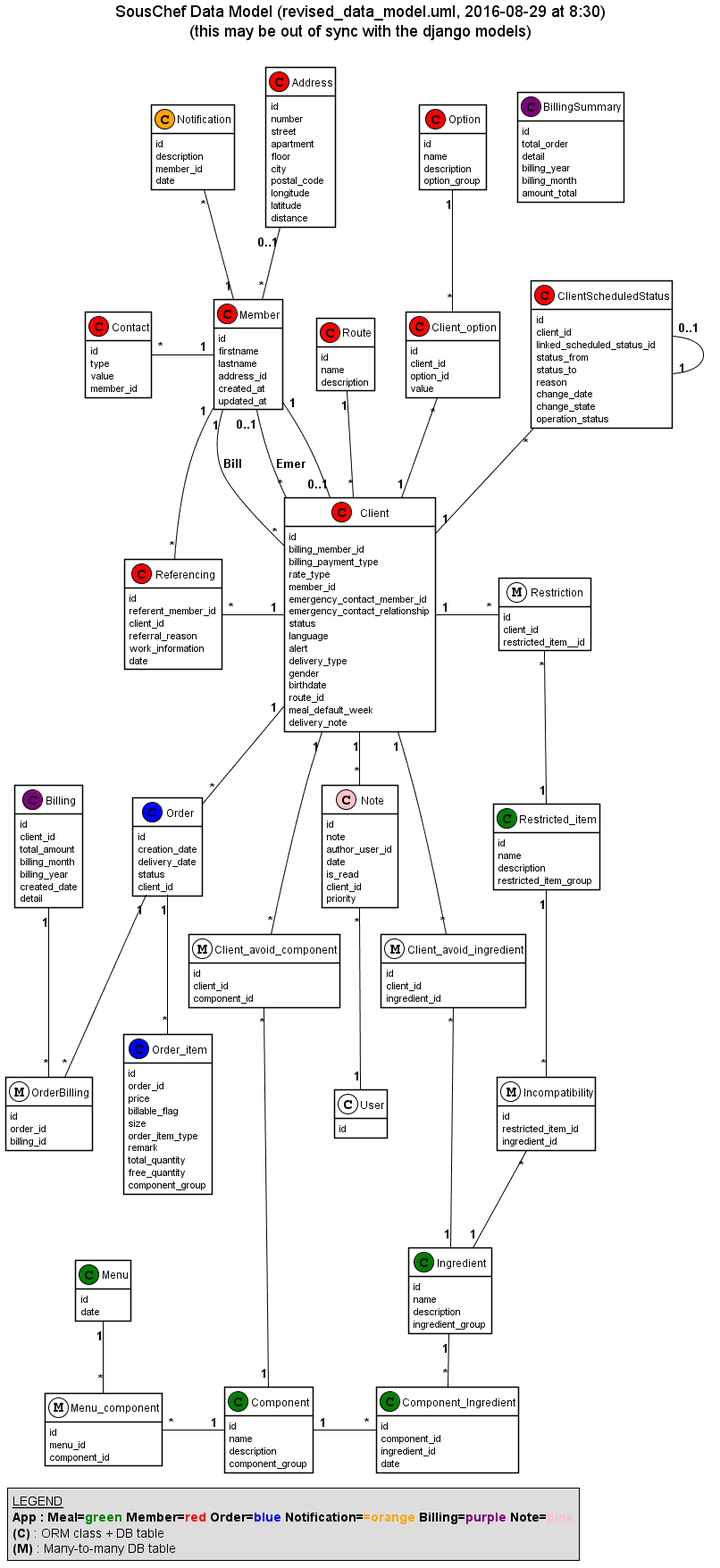
Above: docs/data_model/revised_data_model.png in savoirfairelinux/sous-chef (PlantUML), before the change.
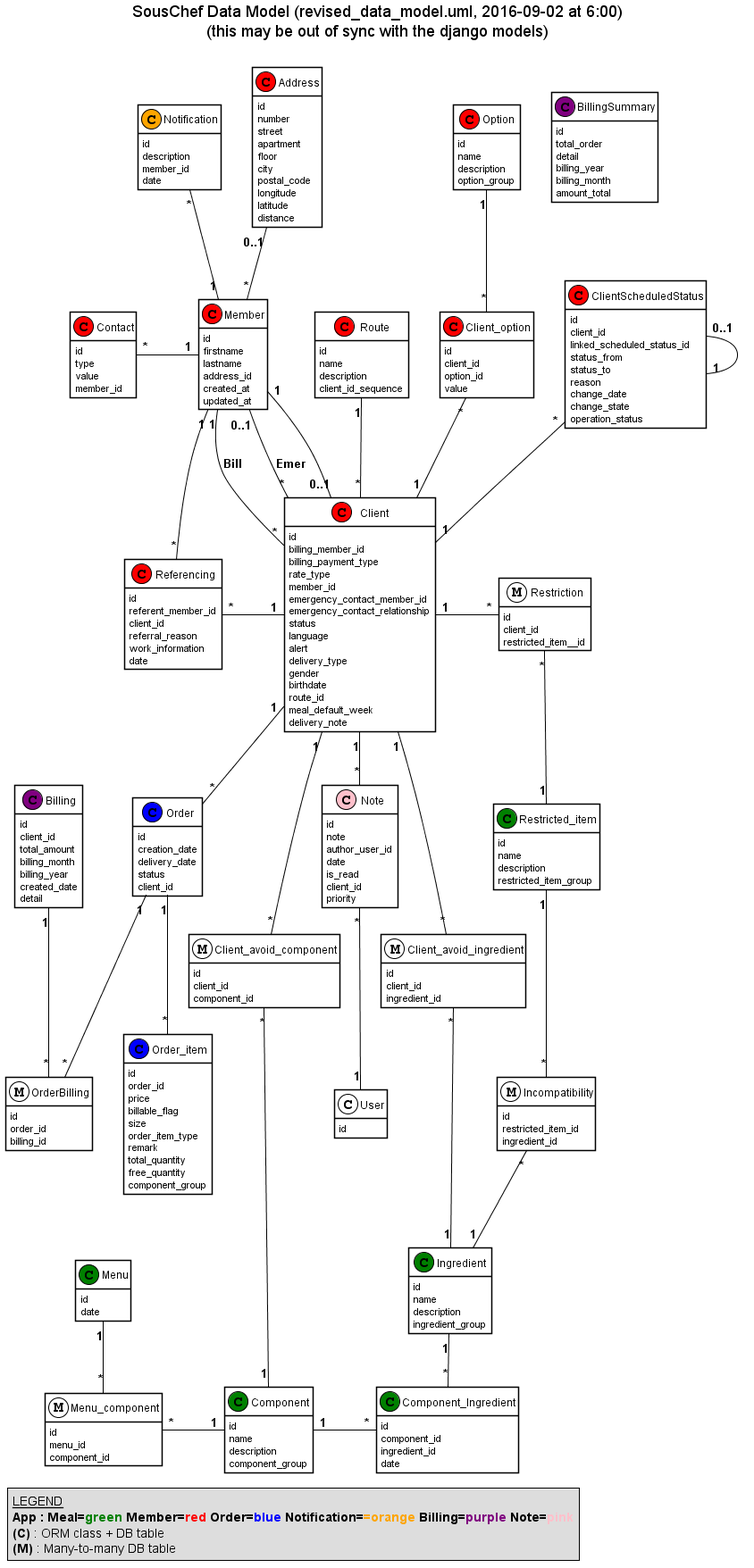
Above is the later version.

What changed in the source:
```diff
@@ -1,6 +1,6 @@
 @startuml
 scale 1.0
-title SousChef Data Model (revised_data_model.uml, 2016-08-29 at 8:30)\n(this may be out of sync with the django models)\n
+title SousChef Data Model (revised_data_model.uml, 2016-09-02 at 6:00)\n(this may be out of sync with the django models)\n
 hide methods
 skinparam shadowing false
 skinparam classArrowColor Black
@@ -262,6 +262,7 @@
     id
     name
     description
+    client_id_sequence
 }
 
 class User << (C,white) >> {
```
